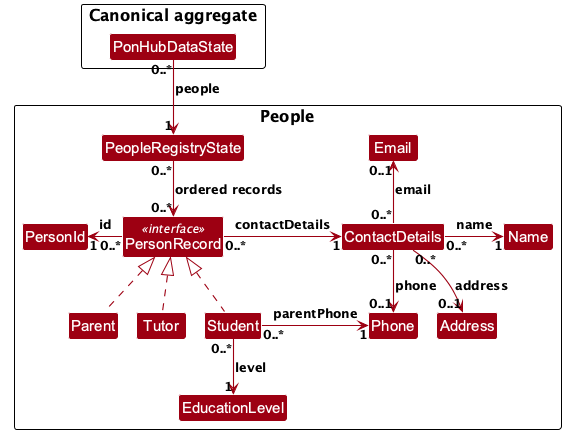
Before: docs/images/PersonRecordClassDiagram.png, a diagram exported from PlantUML (AY2627S1-CS2103T-F13-3/tp).
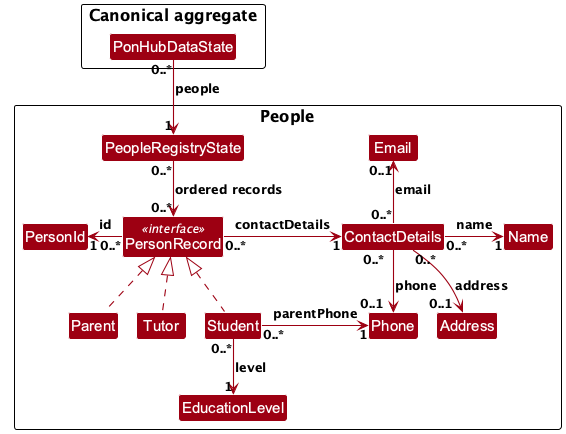
Later version of the same file.

Commit message:
Separate contact endpoint multiplicities

What changed in the source:
```diff
@@ -37,9 +37,9 @@
 PersonRecord "0..*" -left-> "1" PersonId : id
 PersonRecord "0..*" -right-> "1" ContactDetails : contactDetails
 ContactDetails "0..*" -right-> "1" Name : name
-ContactDetails "0..*" -down-> "0..1" Phone : phone
+ContactDetails "0..*<U+00A0><U+00A0>" -down-> "0..1<U+00A0><U+00A0>" Phone : phone
 ContactDetails "0..*" -up-> "0..1" Email : email
-ContactDetails "0..*" -down-> "0..1" Address : address
+ContactDetails "0..*<U+00A0><U+00A0>" -down-> "0..1<U+00A0><U+00A0>" Address : address
 Student "0..*" -down-> "1" EducationLevel : level
 Student "0..*" -right-> "1" Phone : parentPhone
 
```
